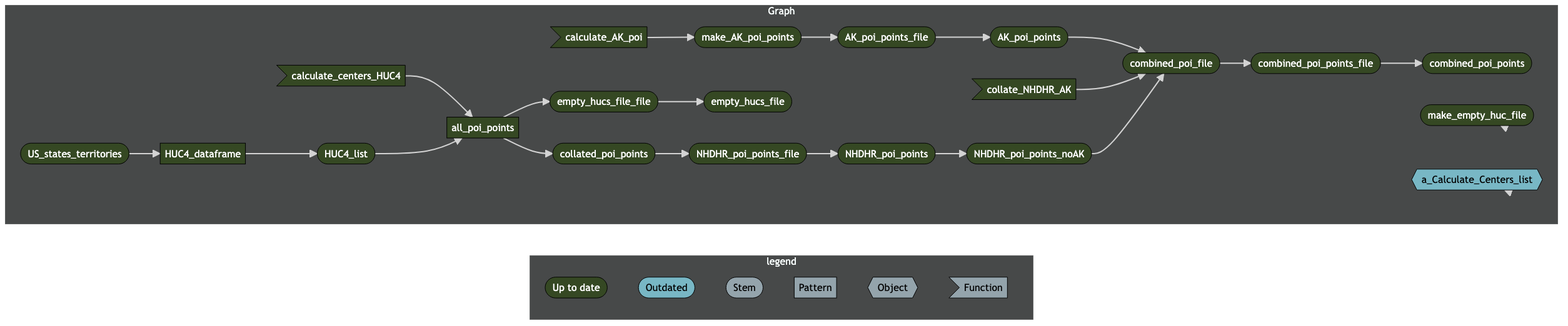
Earlier version of the Mermaid export mermaid/mermaid.png (AquaSat/AquaMatch_lakeSR). Its source is kept beside it as mermaid/mermaid.mmd.
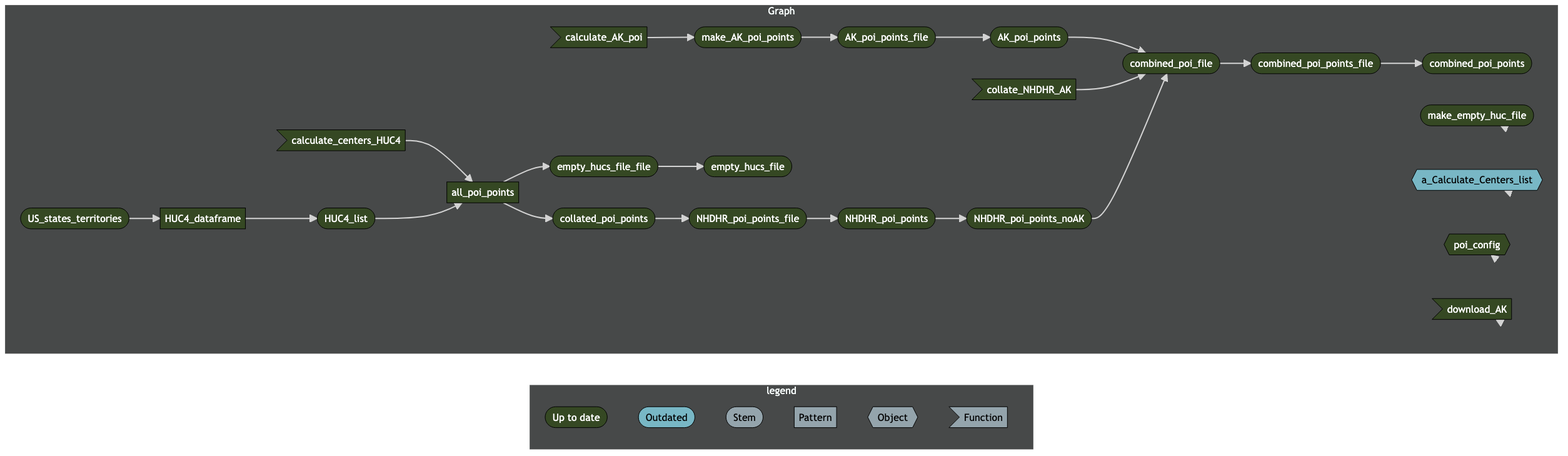
Above is the later version.

Change to the diagram source:
```diff
@@ -29,6 +29,8 @@
     x666819ed6cb97b5b(["combined_poi_points_file"]):::uptodate --> xb7c2e4e3c478a530(["combined_poi_points"]):::uptodate
     x992c5ff226ae9b16(["make_empty_huc_file"]):::uptodate --> x992c5ff226ae9b16(["make_empty_huc_file"]):::uptodate
     x63a44b4091e88968{{"a_Calculate_Centers_list"}}:::outdated --> x63a44b4091e88968{{"a_Calculate_Centers_list"}}:::outdated
+    x2d2227879ad72a9d{{"poi_config"}}:::uptodate --> x2d2227879ad72a9d{{"poi_config"}}:::uptodate
+    xe2a8963a405ac510>"download_AK"]:::uptodate --> xe2a8963a405ac510>"download_AK"]:::uptodate
   end
   classDef uptodate stroke:#000000,color:#ffffff,fill:#354823;
   classDef outdated stroke:#000000,color:#000000,fill:#78B7C5;
@@ -40,3 +42,5 @@
   linkStyle 4 stroke-width:0px;
   linkStyle 23 stroke-width:0px;
   linkStyle 24 stroke-width:0px;
+  linkStyle 25 stroke-width:0px;
+  linkStyle 26 stroke-width:0px;
```
